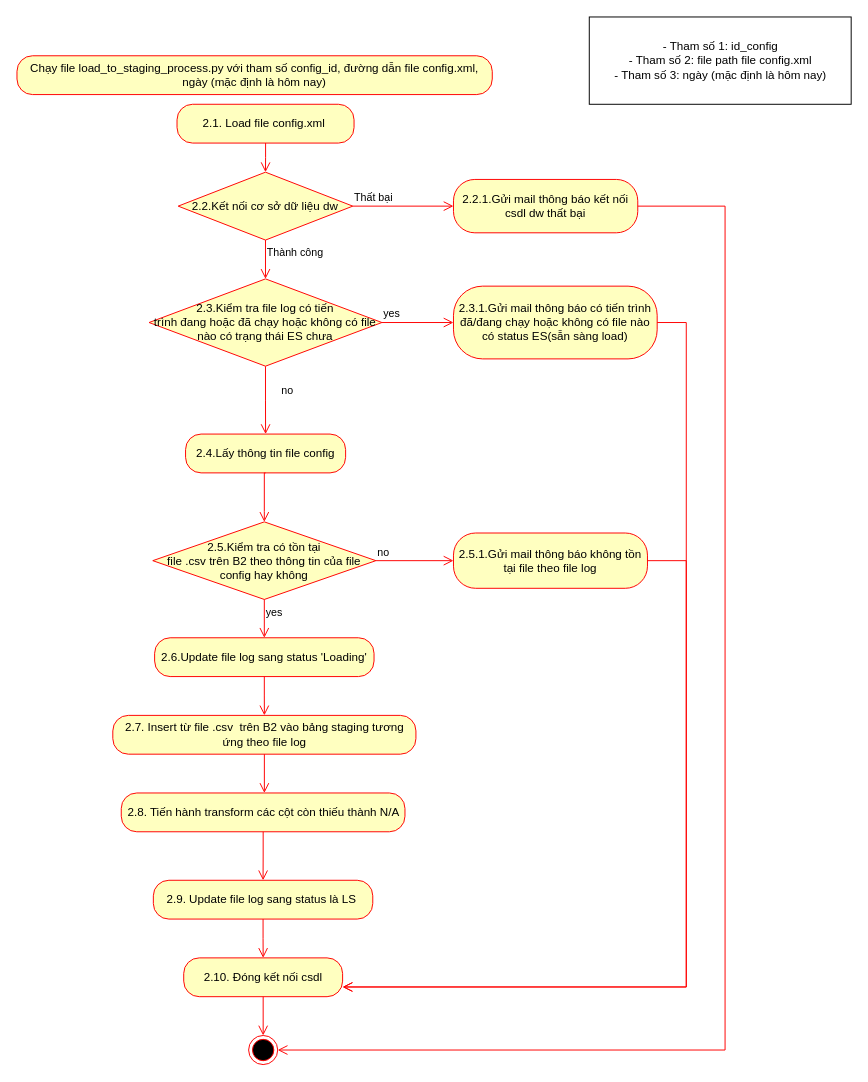
million-dollar-dev/nlu-data-warehouse_project keeps this draw.io diagram as page "Load to staging" (3 of 4) of architecture.drawio. Above is the earlier version. Source tidied: cells renumbered, new cells numbered last; positions are measured from the earlier drawing's top-left corner, leaving out a move shared by most shapes. Both pictures are drawn from the tidied source at 97%, with x=0, y=0 at pixel (16, 16).
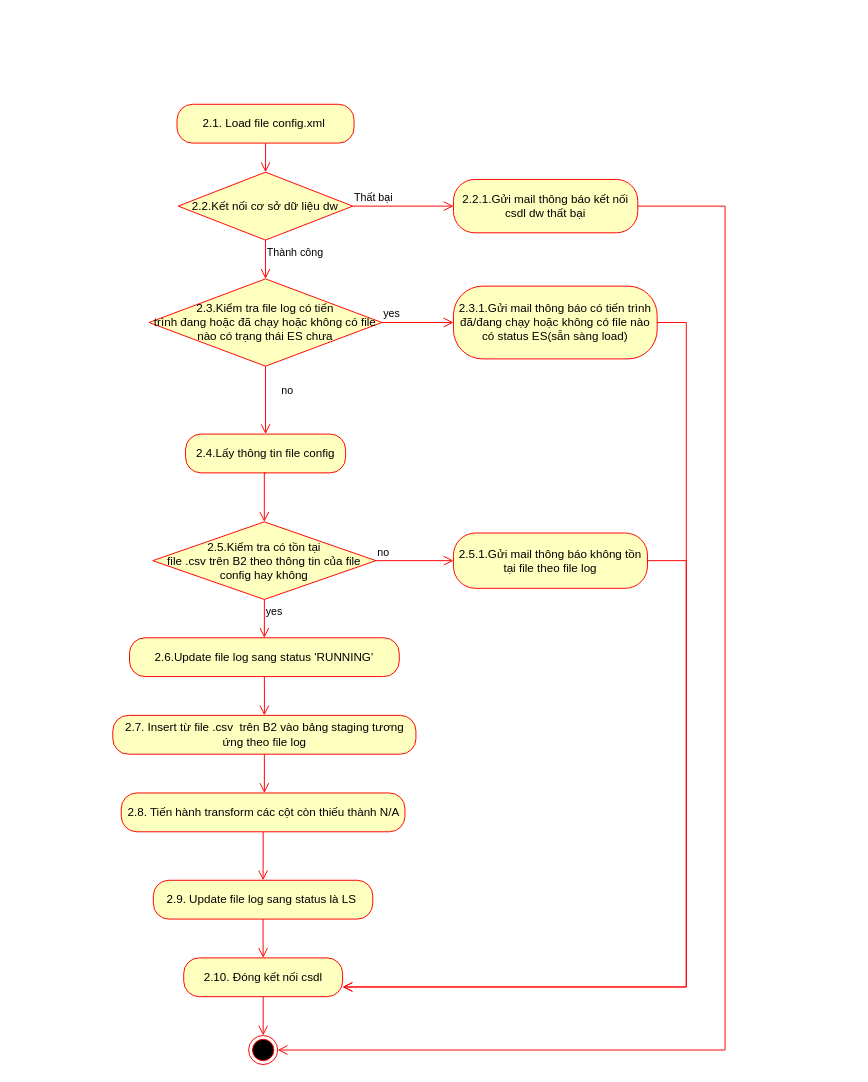
After the change.

Diff of the diagram source:
```diff
@@
-    <mxCell id="2" value="Chạy file load_to_staging_process.py với tham số config_id, đường dẫn file config.xml, ngày (mặc định là hôm nay)" style="rounded=1;whiteSpace=wrap;html=1;arcSize=40;fontColor=#000000;fillColor=#ffffc0;strokeColor=#ff0000;" parent="1" vertex="1">
-      <mxGeometry y="40" width="490" height="40" as="geometry" />
-    </mxCell>
-    <mxCell id="3" value="- Tham số 1: id_config&lt;br&gt;- Tham số 2: file path file config.xml&lt;br&gt;- Tham số 3: ngày (mặc định là hôm nay)" style="html=1;" parent="1" vertex="1">
-      <mxGeometry x="590" width="270" height="90" as="geometry" />
-    </mxCell>
@@
-    <mxCell id="23" value="2.6.Update file log sang status 'Loading'" style="rounded=1;whiteSpace=wrap;html=1;arcSize=40;fontColor=#000000;fillColor=#ffffc0;strokeColor=#ff0000;" parent="1" vertex="1">
-      <mxGeometry x="141.9" y="640" width="226.2" height="40" as="geometry" />
+    <mxCell id="23" value="2.6.Update file log sang status 'RUNNING'" style="rounded=1;whiteSpace=wrap;html=1;arcSize=40;fontColor=#000000;fillColor=#ffffc0;strokeColor=#ff0000;" parent="1" vertex="1">
+      <mxGeometry x="116" y="640" width="278.1" height="40" as="geometry" />
     </mxCell>
```
